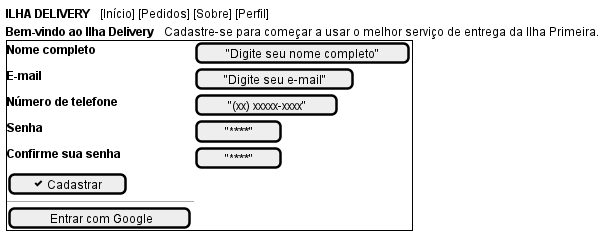
This is docs/assets/prototipo_baixa_fidelidade/Cadastro.png from Projetos-de-Extensao/2025.1_01_IlhaDelivery, a PlantUML export, as it was before one commit. The source it was exported from:
```plantuml
@startsalt Cadastro

{
{T
  | **ILHA DELIVERY**         | [Início] [Pedidos] [Sobre] [Perfil] |
}

{T
  | **Bem-vindo ao Ilha Delivery** |
  | Cadastre-se para começar a usar o melhor serviço de entrega da Ilha Primeira. |
}

{+
  **Nome completo**         | ["Digite seu nome completo"]
  **E-mail**                | ["Digite seu e-mail"]
  **Número de telefone**    | ["(xx) xxxxx-xxxx"]
  **Senha**                 | ["********"]
  **Confirme sua senha**    | ["********"]

  [ <&check> Cadastrar ]

  -- ou --

  [ <&google> Entrar com Google ]
}

}

@endsalt
```
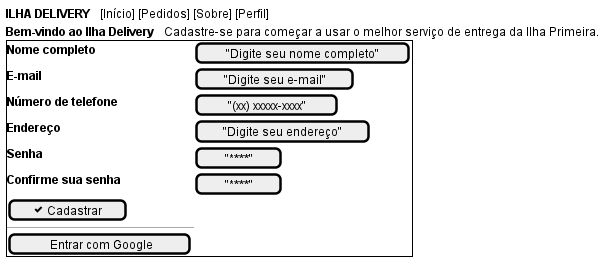
Later version of the same file.

The edit, as a diff of the source:
```diff
@@ -14,8 +14,10 @@
   **Nome completo**         | ["Digite seu nome completo"]
   **E-mail**                | ["Digite seu e-mail"]
   **Número de telefone**    | ["(xx) xxxxx-xxxx"]
+  **Endereço**              | ["Digite seu endereço"]
   **Senha**                 | ["********"]
   **Confirme sua senha**    | ["********"]
+
 
   [ <&check> Cadastrar ]
 
```
